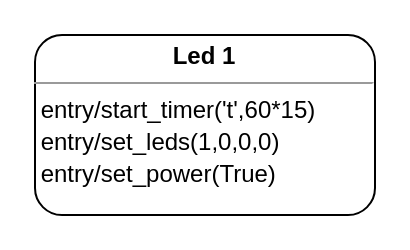
This is deskom.drawio from Hasjald/Hello-world, a draw.io file, before an edit. Source tidied: cells renumbered, new cells numbered last; positions are measured from the earlier drawing's top-left corner, leaving out a move shared by most shapes. Both pictures are drawn from the tidied source at 200%, with x=0, y=0 at pixel (34, 34).
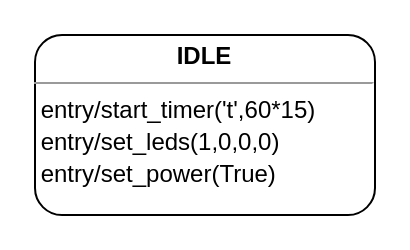
The same diagram, later.

Diff of the diagram source:
```diff
@@
 <mxGraphModel>
   <root>
     <mxCell id="0" />
     <mxCell id="1" parent="0" />
-    <mxCell id="2" value="&lt;p style=&quot;text-align: center ; margin: 4px 0px 0px&quot;&gt;&lt;b&gt;Led 1&lt;/b&gt;&lt;/p&gt;&lt;hr size=&quot;1&quot;&gt;&lt;div style=&quot;height: 2px&quot;&gt;&lt;span style=&quot;font-size: 12px&quot;&gt;&amp;nbsp;entry/start_timer('t',60*15)&lt;/span&gt;&lt;br&gt;&lt;/div&gt;&lt;div style=&quot;height: 2px&quot;&gt;&lt;br&gt;&lt;/div&gt;&lt;div style=&quot;height: 2px&quot;&gt;&lt;br&gt;&lt;/div&gt;&lt;div style=&quot;height: 2px&quot;&gt;&lt;br&gt;&lt;/div&gt;&lt;div style=&quot;height: 2px&quot;&gt;&lt;br&gt;&lt;/div&gt;&lt;div style=&quot;height: 2px&quot;&gt;&lt;br&gt;&lt;/div&gt;&lt;div style=&quot;height: 2px&quot;&gt;&lt;br&gt;&lt;/div&gt;&lt;div style=&quot;height: 2px&quot;&gt;&amp;nbsp;&lt;/div&gt;&lt;div style=&quot;height: 2px&quot;&gt;&amp;nbsp;entry/set_leds(1,0,0,0)&lt;/div&gt;&lt;div style=&quot;height: 2px&quot;&gt;&lt;br&gt;&lt;/div&gt;&lt;div style=&quot;height: 2px&quot;&gt;&lt;br&gt;&lt;/div&gt;&lt;div style=&quot;height: 2px&quot;&gt;&lt;br&gt;&lt;/div&gt;&lt;div style=&quot;height: 2px&quot;&gt;&lt;br&gt;&lt;/div&gt;&lt;div style=&quot;height: 2px&quot;&gt;&lt;br&gt;&lt;/div&gt;&lt;div style=&quot;height: 2px&quot;&gt;&lt;br&gt;&lt;/div&gt;&lt;div style=&quot;height: 2px&quot;&gt;&lt;br&gt;&lt;/div&gt;&amp;nbsp;entry/set_power(True)&amp;nbsp;" style="verticalAlign=top;align=left;overflow=fill;fontSize=12;fontFamily=Helvetica;html=1;rounded=1;" parent="1" vertex="1">
+    <mxCell id="2" value="&lt;p style=&quot;text-align: center ; margin: 4px 0px 0px&quot;&gt;&lt;b&gt;IDLE&lt;/b&gt;&lt;/p&gt;&lt;hr size=&quot;1&quot;&gt;&lt;div style=&quot;height: 2px&quot;&gt;&lt;span style=&quot;font-size: 12px&quot;&gt;&amp;nbsp;entry/start_timer('t',60*15)&lt;/span&gt;&lt;br&gt;&lt;/div&gt;&lt;div style=&quot;height: 2px&quot;&gt;&lt;br&gt;&lt;/div&gt;&lt;div style=&quot;height: 2px&quot;&gt;&lt;br&gt;&lt;/div&gt;&lt;div style=&quot;height: 2px&quot;&gt;&lt;br&gt;&lt;/div&gt;&lt;div style=&quot;height: 2px&quot;&gt;&lt;br&gt;&lt;/div&gt;&lt;div style=&quot;height: 2px&quot;&gt;&lt;br&gt;&lt;/div&gt;&lt;div style=&quot;height: 2px&quot;&gt;&lt;br&gt;&lt;/div&gt;&lt;div style=&quot;height: 2px&quot;&gt;&amp;nbsp;&lt;/div&gt;&lt;div style=&quot;height: 2px&quot;&gt;&amp;nbsp;entry/set_leds(1,0,0,0)&lt;/div&gt;&lt;div style=&quot;height: 2px&quot;&gt;&lt;br&gt;&lt;/div&gt;&lt;div style=&quot;height: 2px&quot;&gt;&lt;br&gt;&lt;/div&gt;&lt;div style=&quot;height: 2px&quot;&gt;&lt;br&gt;&lt;/div&gt;&lt;div style=&quot;height: 2px&quot;&gt;&lt;br&gt;&lt;/div&gt;&lt;div style=&quot;height: 2px&quot;&gt;&lt;br&gt;&lt;/div&gt;&lt;div style=&quot;height: 2px&quot;&gt;&lt;br&gt;&lt;/div&gt;&lt;div style=&quot;height: 2px&quot;&gt;&lt;br&gt;&lt;/div&gt;&amp;nbsp;entry/set_power(True)&amp;nbsp;" style="verticalAlign=top;align=left;overflow=fill;fontSize=12;fontFamily=Helvetica;html=1;rounded=1;" parent="1" vertex="1">
       <mxGeometry width="170" height="90" as="geometry" />
     </mxCell>
   </root>
 </mxGraphModel>
```
